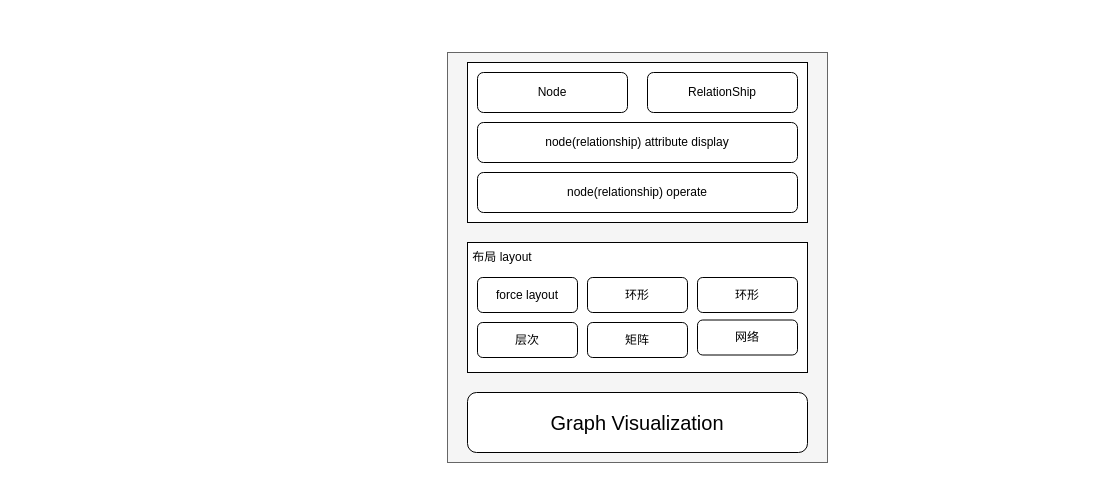
Earlier version of the draw.io diagram 可视化/graphVisual.drawio (Alex-Li2018/flow-chart). Source tidied: cells renumbered, new cells numbered last; positions are measured from the earlier drawing's top-left corner, leaving out a move shared by most shapes. Both pictures are drawn from the tidied source at 100%, with x=0, y=0 at pixel (447, 52).
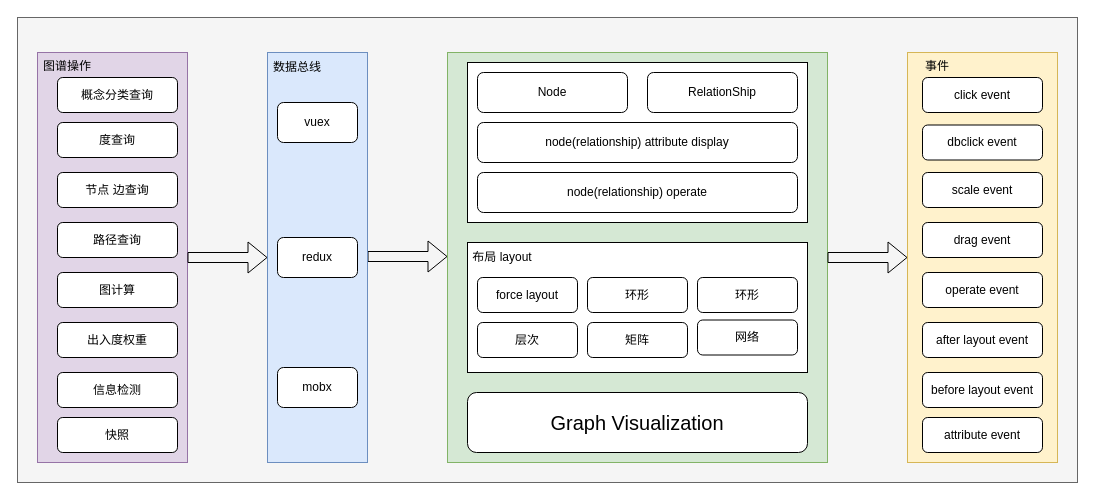
Above is the later version.

Change to the diagram source:
```diff
@@
+    <mxCell id="17" style="rounded=0;whiteSpace=wrap;html=1;fontSize=12;fillColor=#f5f5f5;fontColor=#333333;strokeColor=#666666;" parent="1" vertex="1">
+      <mxGeometry x="-430" y="-35" width="1060" height="465" as="geometry" />
+    </mxCell>
-    <mxCell id="2" style="rounded=0;whiteSpace=wrap;html=1;fontSize=20;fillColor=#f5f5f5;fontColor=#333333;strokeColor=#666666;" parent="1" vertex="1">
+    <mxCell id="2" style="rounded=0;whiteSpace=wrap;html=1;fontSize=20;fillColor=#d5e8d4;strokeColor=#82b366;" parent="1" vertex="1">
       <mxGeometry width="380" height="410" as="geometry" />
     </mxCell>
@@
+    <mxCell id="18" style="rounded=0;whiteSpace=wrap;html=1;fontSize=20;fillColor=#e1d5e7;strokeColor=#9673a6;" parent="1" vertex="1">
+      <mxGeometry x="-410" width="150" height="410" as="geometry" />
+    </mxCell>
+    <mxCell id="19" value="概念分类查询" style="rounded=1;whiteSpace=wrap;html=1;" parent="1" vertex="1">
+      <mxGeometry x="-390" y="25" width="120" height="35" as="geometry" />
+    </mxCell>
+    <mxCell id="20" value="度查询" style="rounded=1;whiteSpace=wrap;html=1;" parent="1" vertex="1">
+      <mxGeometry x="-390" y="70" width="120" height="35" as="geometry" />
+    </mxCell>
+    <mxCell id="21" value="节点 边查询" style="rounded=1;whiteSpace=wrap;html=1;" parent="1" vertex="1">
+      <mxGeometry x="-390" y="120" width="120" height="35" as="geometry" />
+    </mxCell>
+    <mxCell id="22" value="路径查询" style="rounded=1;whiteSpace=wrap;html=1;" parent="1" vertex="1">
+      <mxGeometry x="-390" y="170" width="120" height="35" as="geometry" />
+    </mxCell>
+    <mxCell id="23" value="图计算" style="rounded=1;whiteSpace=wrap;html=1;" parent="1" vertex="1">
+      <mxGeometry x="-390" y="220" width="120" height="35" as="geometry" />
+    </mxCell>
+    <mxCell id="24" value="出入度权重" style="rounded=1;whiteSpace=wrap;html=1;" parent="1" vertex="1">
+      <mxGeometry x="-390" y="270" width="120" height="35" as="geometry" />
+    </mxCell>
+    <mxCell id="25" value="信息检测" style="rounded=1;whiteSpace=wrap;html=1;" parent="1" vertex="1">
+      <mxGeometry x="-390" y="320" width="120" height="35" as="geometry" />
+    </mxCell>
+    <mxCell id="26" value="快照" style="rounded=1;whiteSpace=wrap;html=1;" parent="1" vertex="1">
+      <mxGeometry x="-390" y="365" width="120" height="35" as="geometry" />
+    </mxCell>
+    <mxCell id="27" value="&lt;span style=&quot;font-size: 12px;&quot;&gt;图谱操作&lt;/span&gt;" style="text;html=1;strokeColor=none;fillColor=none;align=center;verticalAlign=middle;whiteSpace=wrap;rounded=0;fontSize=20;" parent="1" vertex="1">
+      <mxGeometry x="-410" width="60" height="20" as="geometry" />
+    </mxCell>
+    <mxCell id="28" style="shape=flexArrow;endArrow=classic;html=1;rounded=0;fontSize=12;exitX=1;exitY=0.5;exitDx=0;exitDy=0;entryX=0;entryY=0.5;entryDx=0;entryDy=0;" parent="1" edge="1" source="18">
+      <mxGeometry relative="1" as="geometry">
+        <mxPoint x="-180" y="205" as="targetPoint" />
+      </mxGeometry>
+    </mxCell>
+    <mxCell id="29" style="rounded=0;whiteSpace=wrap;html=1;fontSize=20;fillColor=#fff2cc;strokeColor=#d6b656;" parent="1" vertex="1">
+      <mxGeometry x="460" width="150" height="410" as="geometry" />
+    </mxCell>
+    <mxCell id="30" style="shape=flexArrow;endArrow=classic;html=1;rounded=0;fontSize=12;exitX=1;exitY=0.5;exitDx=0;exitDy=0;entryX=0;entryY=0.5;entryDx=0;entryDy=0;" parent="1" edge="1">
+      <mxGeometry relative="1" as="geometry">
+        <mxPoint x="380" y="205" as="sourcePoint" />
+        <mxPoint x="460" y="205" as="targetPoint" />
+      </mxGeometry>
+    </mxCell>
+    <mxCell id="31" value="&lt;span style=&quot;font-size: 12px;&quot;&gt;事件&lt;/span&gt;" style="text;html=1;strokeColor=none;fillColor=none;align=center;verticalAlign=middle;whiteSpace=wrap;rounded=0;fontSize=20;" parent="1" vertex="1">
+      <mxGeometry x="460" width="60" height="20" as="geometry" />
+    </mxCell>
+    <mxCell id="32" value="click event" style="rounded=1;whiteSpace=wrap;html=1;" parent="1" vertex="1">
+      <mxGeometry x="475" y="25" width="120" height="35" as="geometry" />
+    </mxCell>
+    <mxCell id="33" value="operate event" style="rounded=1;whiteSpace=wrap;html=1;" parent="1" vertex="1">
+      <mxGeometry x="475" y="220" width="120" height="35" as="geometry" />
+    </mxCell>
+    <mxCell id="34" value="before layout event" style="rounded=1;whiteSpace=wrap;html=1;" parent="1" vertex="1">
+      <mxGeometry x="475" y="320" width="120" height="35" as="geometry" />
+    </mxCell>
+    <mxCell id="35" value="after layout event" style="rounded=1;whiteSpace=wrap;html=1;" parent="1" vertex="1">
+      <mxGeometry x="475" y="270" width="120" height="35" as="geometry" />
+    </mxCell>
+    <mxCell id="36" value="dbclick event" style="rounded=1;whiteSpace=wrap;html=1;" parent="1" vertex="1">
+      <mxGeometry x="475" y="72.5" width="120" height="35" as="geometry" />
+    </mxCell>
+    <mxCell id="37" value="scale event" style="rounded=1;whiteSpace=wrap;html=1;" parent="1" vertex="1">
+      <mxGeometry x="475" y="120" width="120" height="35" as="geometry" />
+    </mxCell>
+    <mxCell id="38" value="drag event" style="rounded=1;whiteSpace=wrap;html=1;" parent="1" vertex="1">
+      <mxGeometry x="475" y="170" width="120" height="35" as="geometry" />
+    </mxCell>
+    <mxCell id="39" value="attribute event" style="rounded=1;whiteSpace=wrap;html=1;" parent="1" vertex="1">
+      <mxGeometry x="475" y="365" width="120" height="35" as="geometry" />
+    </mxCell>
+    <mxCell id="40" style="shape=flexArrow;endArrow=classic;html=1;rounded=0;fontSize=12;exitX=1;exitY=0.5;exitDx=0;exitDy=0;entryX=0;entryY=0.5;entryDx=0;entryDy=0;" parent="1" edge="1">
+      <mxGeometry relative="1" as="geometry">
+        <mxPoint x="-80" y="204" as="sourcePoint" />
+        <mxPoint y="204" as="targetPoint" />
+      </mxGeometry>
+    </mxCell>
+    <mxCell id="41" style="rounded=0;whiteSpace=wrap;html=1;fontSize=20;fillColor=#dae8fc;strokeColor=#6c8ebf;" parent="1" vertex="1">
+      <mxGeometry x="-180" width="100" height="410" as="geometry" />
+    </mxCell>
+    <mxCell id="42" value="vuex" style="rounded=1;whiteSpace=wrap;html=1;fontSize=12;" parent="1" vertex="1">
+      <mxGeometry x="-170" y="50" width="80" height="40" as="geometry" />
+    </mxCell>
+    <mxCell id="43" value="数据总线" style="text;html=1;strokeColor=none;fillColor=none;align=center;verticalAlign=middle;whiteSpace=wrap;rounded=0;fontSize=12;" parent="1" vertex="1">
+      <mxGeometry x="-180" width="60" height="30" as="geometry" />
+    </mxCell>
+    <mxCell id="44" value="redux" style="rounded=1;whiteSpace=wrap;html=1;fontSize=12;" parent="1" vertex="1">
+      <mxGeometry x="-170" y="185" width="80" height="40" as="geometry" />
+    </mxCell>
+    <mxCell id="45" value="mobx" style="rounded=1;whiteSpace=wrap;html=1;fontSize=12;" parent="1" vertex="1">
+      <mxGeometry x="-170" y="315" width="80" height="40" as="geometry" />
+    </mxCell>
```
